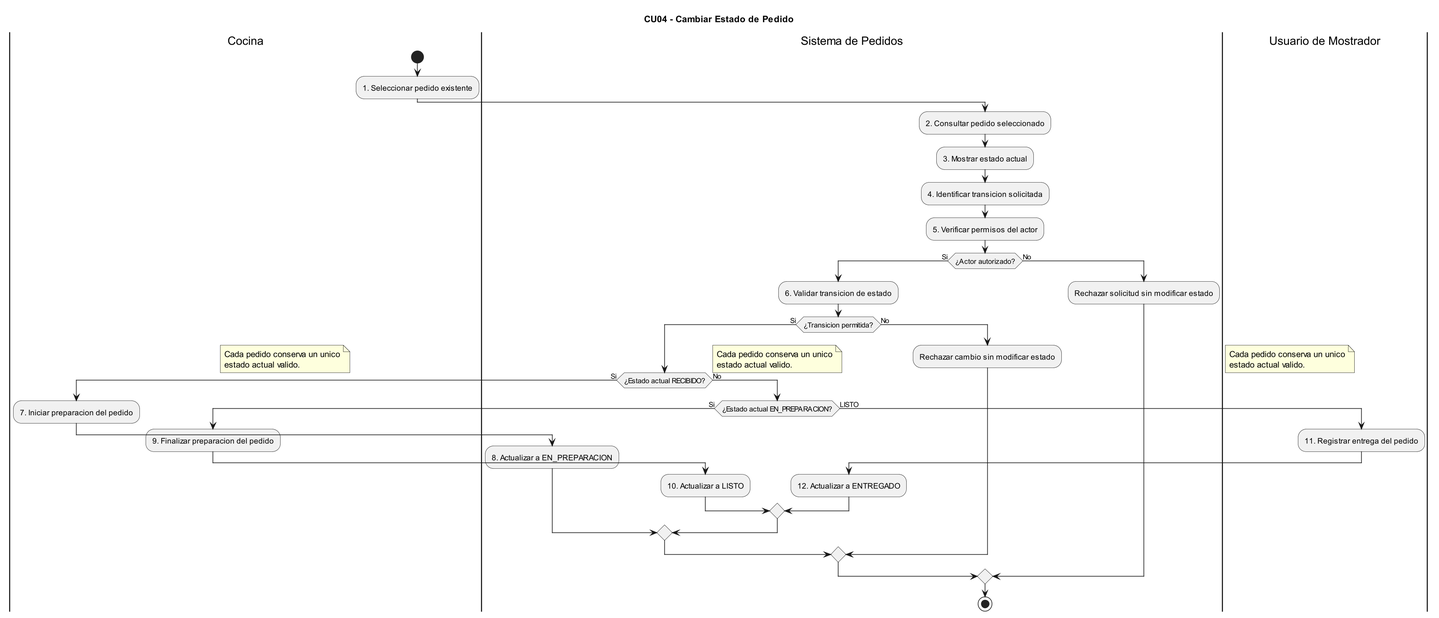
eloeyhe/SistemaPedidos keeps this PlantUML diagram as diagramas/04-diagramas-actividades/04-actividad-cambiar-estado-pedido-04.png. Above is the earlier version.
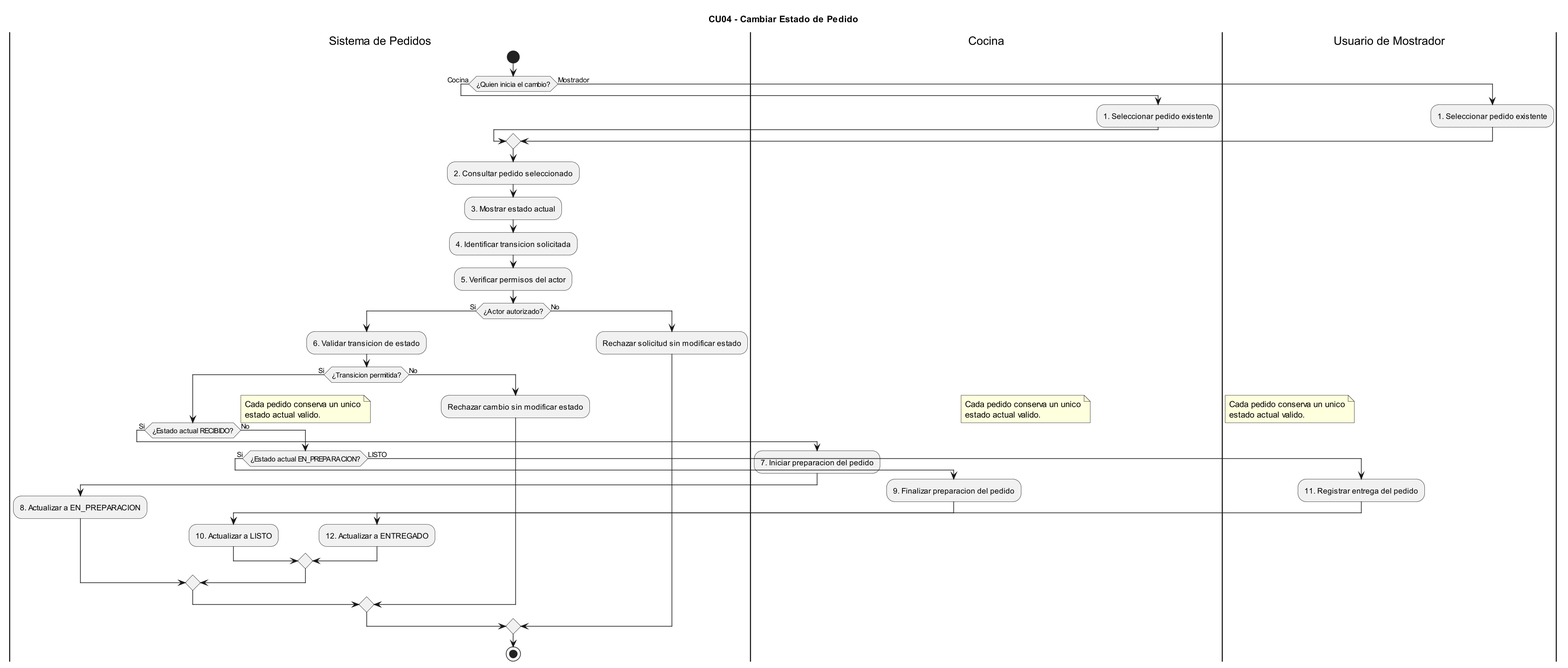
Above is the later version.

The edit, as a diff of the source:
```diff
@@ -1,11 +1,17 @@
 @startuml 04-actividad-cambiar-estado-pedido-04
 title CU04 - Cambiar Estado de Pedido
-
 skinparam dpi 150
 
-|Cocina|
+|Sistema de Pedidos|
 start
-:1. Seleccionar pedido existente;
+
+if (¿Quien inicia el cambio?) then (Cocina)
+  |Cocina|
+  :1. Seleccionar pedido existente;
+else (Mostrador)
+  |Usuario de Mostrador|
+  :1. Seleccionar pedido existente;
+endif
 
 |Sistema de Pedidos|
 :2. Consultar pedido seleccionado;
```
